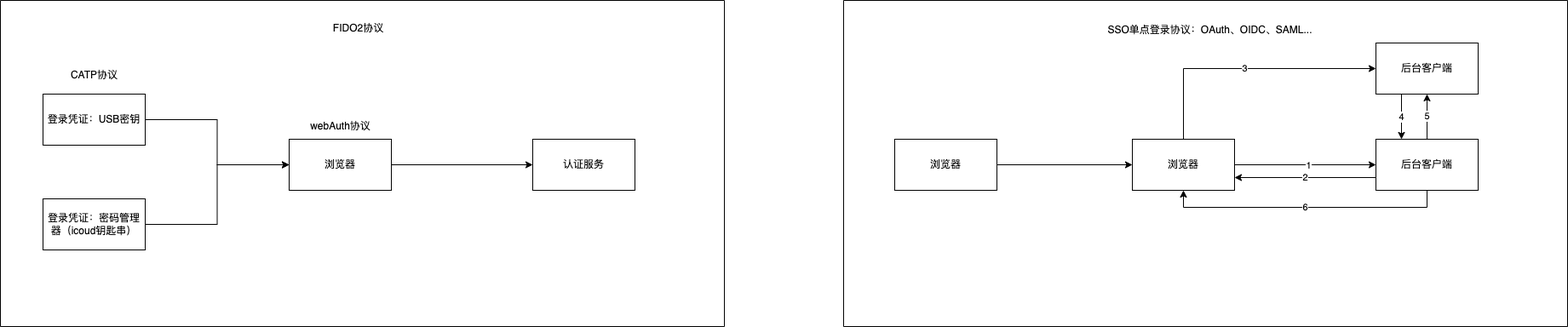
Before: IAM:协议总览.drawio.png, a diagram exported from draw.io (JYbill/draw). Source tidied: cells renumbered, new cells last; positions are measured from the earlier drawing's top-left corner, leaving out a move shared by most shapes.
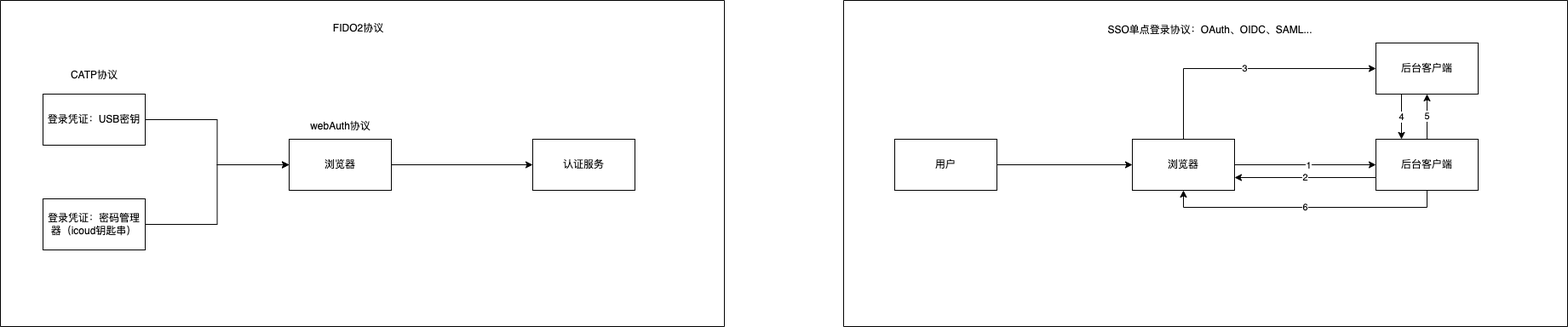
The same file after the commit.

Commit message:
更新IAM:协议总览.drawio.png

Diff of the diagram source:
```diff
@@ -41,7 +41,7 @@
     <mxCell id="14" style="edgeStyle=orthogonalEdgeStyle;rounded=0;jettySize=auto;html=1;exitX=1;exitY=0.5;exitDx=0;exitDy=0;entryX=0;entryY=0.5;entryDx=0;entryDy=0;" parent="13" edge="1" source="15" target="17">
       <mxGeometry relative="1" as="geometry" />
     </mxCell>
-    <mxCell id="15" value="浏览器" style="rounded=0;whiteSpace=wrap;html=1;" parent="13" vertex="1">
+    <mxCell id="15" value="用户" style="rounded=0;whiteSpace=wrap;html=1;" parent="13" vertex="1">
       <mxGeometry x="60" y="163" width="120" height="60" as="geometry" />
     </mxCell>
     <mxCell id="16" value="3" style="edgeStyle=orthogonalEdgeStyle;rounded=0;jettySize=auto;html=1;exitX=0.5;exitY=0;exitDx=0;exitDy=0;entryX=0;entryY=0.5;entryDx=0;entryDy=0;" parent="13" edge="1" source="17" target="26">
```
